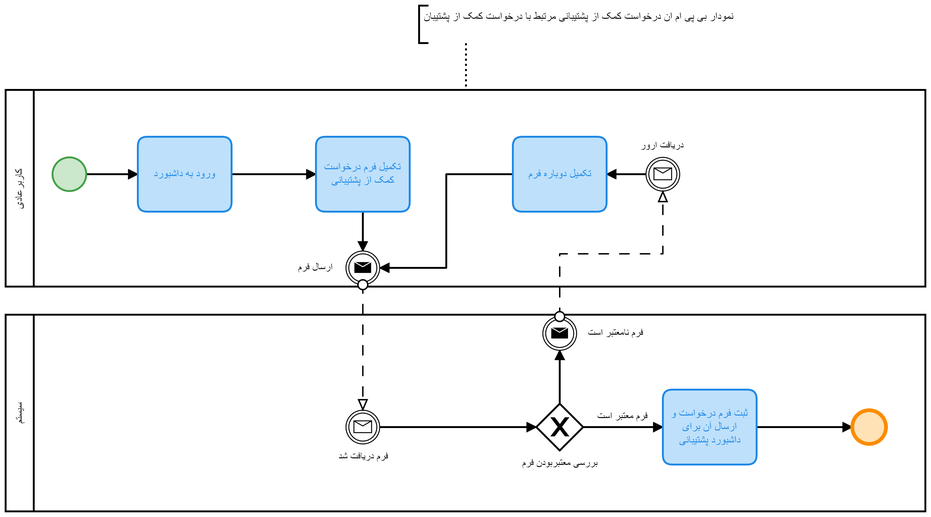
Before: Diagrams/Activity Diagram & bpmn diagram/bpmn/PDF-version/help-support.png, a diagram exported from BPMN (hirezadehghani/website-builder). Its source is kept beside it as Diagrams/Activity Diagram & bpmn diagram/bpmn/help-support.bpmn. Ids are renumbered.
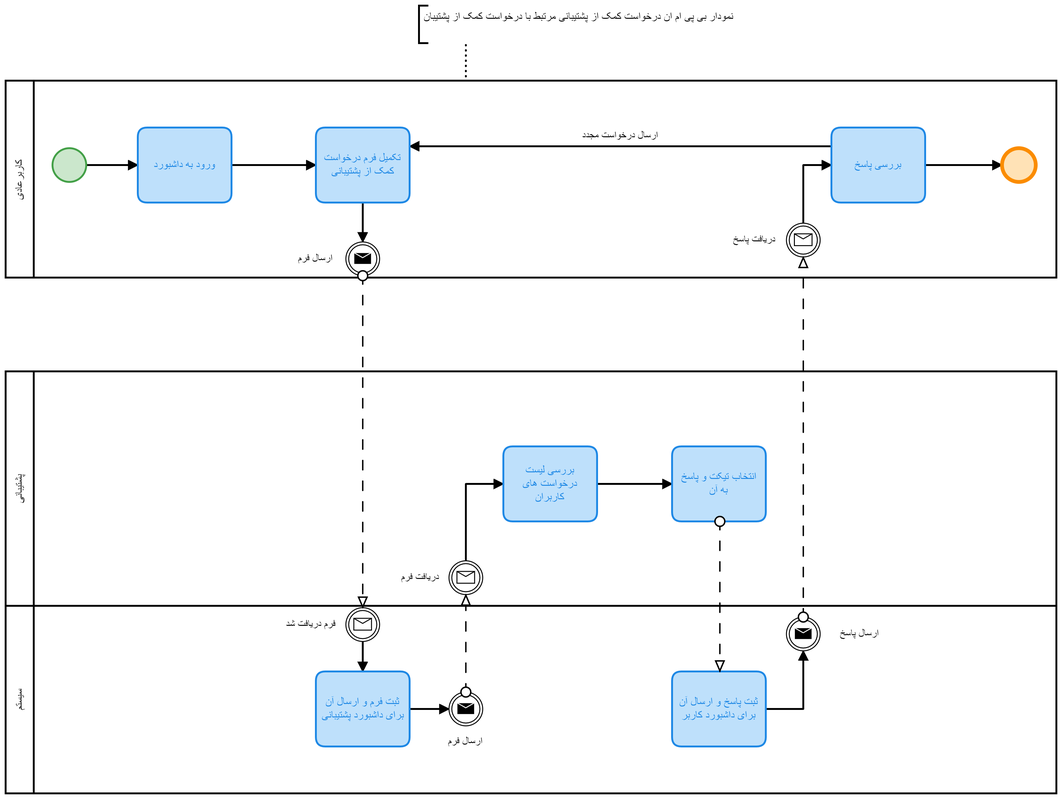
After the change.

Change to the diagram source:
```diff
@@ -2,8 +2,11 @@
   <bpmn:collaboration id="Collaboration_n2">
     <bpmn:participant id="Participant_n3" name="کاربرعادی" processRef="Process_n4" />
     <bpmn:participant id="Participant_n5" name="سیستم" processRef="Process_n6" />
-    <bpmn:messageFlow id="Flow_n7" sourceRef="Event_n8" targetRef="Event_n9" />
+    <bpmn:participant id="Participant_n34" name="پشتیبانی" processRef="Process_n35" />
     <bpmn:messageFlow id="Flow_n10" sourceRef="Event_n11" targetRef="Event_n12" />
+    <bpmn:messageFlow id="Flow_n36" sourceRef="Activity_n37" targetRef="Activity_n33" />
+    <bpmn:messageFlow id="Flow_n38" sourceRef="Event_n8" targetRef="Event_n39" />
+    <bpmn:messageFlow id="Flow_n40" sourceRef="Event_n41" targetRef="Event_n42" />
     <bpmn:textAnnotation id="TextAnnotation_n13">
       <bpmn:text>نمودار بی پی ام ان درخواست کمک از پشتیبانی مرتبط با درخواست کمک از پشتیبان</bpmn:text>
     </bpmn:textAnnotation>
@@ -19,58 +22,96 @@
     </bpmn:task>
     <bpmn:task id="Activity_n18" name="تکمیل فرم درخواست کمک از پشتیبانی">
       <bpmn:incoming>Flow_n17</bpmn:incoming>
+      <bpmn:incoming>Flow_n43</bpmn:incoming>
       <bpmn:outgoing>Flow_n19</bpmn:outgoing>
-    </bpmn:task>
-    <bpmn:task id="Activity_n20" name="تکمیل دوباره فرم">
-      <bpmn:incoming>Flow_n21</bpmn:incoming>
-      <bpmn:outgoing>Flow_n22</bpmn:outgoing>
     </bpmn:task>
     <bpmn:sequenceFlow id="Flow_n15" sourceRef="StartEvent_1" targetRef="Activity_n16" />
     <bpmn:sequenceFlow id="Flow_n17" sourceRef="Activity_n16" targetRef="Activity_n18" />
     <bpmn:intermediateThrowEvent id="Event_n11" name="ارسال فرم">
       <bpmn:incoming>Flow_n19</bpmn:incoming>
-      <bpmn:incoming>Flow_n22</bpmn:incoming>
       <bpmn:messageEventDefinition id="MessageEventDefinition_n23" />
     </bpmn:intermediateThrowEvent>
     <bpmn:sequenceFlow id="Flow_n19" sourceRef="Activity_n18" targetRef="Event_n11" />
-    <bpmn:sequenceFlow id="Flow_n22" sourceRef="Activity_n20" targetRef="Event_n11" />
-    <bpmn:intermediateCatchEvent id="Event_n9" name="دریافت ارور">
-      <bpmn:outgoing>Flow_n21</bpmn:outgoing>
-      <bpmn:messageEventDefinition id="MessageEventDefinition_n24" />
+    <bpmn:intermediateCatchEvent id="Event_n39" name="دریافت پاسخ">
+      <bpmn:outgoing>Flow_n44</bpmn:outgoing>
+      <bpmn:messageEventDefinition id="MessageEventDefinition_n45" />
     </bpmn:intermediateCatchEvent>
-    <bpmn:sequenceFlow id="Flow_n21" sourceRef="Event_n9" targetRef="Activity_n20" />
+    <bpmn:sequenceFlow id="Flow_n44" sourceRef="Event_n39" targetRef="Activity_n46" />
+    <bpmn:task id="Activity_n46" name="بررسی پاسخ">
+      <bpmn:incoming>Flow_n44</bpmn:incoming>
+      <bpmn:outgoing>Flow_n47</bpmn:outgoing>
+      <bpmn:outgoing>Flow_n43</bpmn:outgoing>
+    </bpmn:task>
+    <bpmn:sequenceFlow id="Flow_n47" sourceRef="Activity_n46" targetRef="Event_n29" />
+    <bpmn:sequenceFlow id="Flow_n43" name="ارسال درخواست مجدد" sourceRef="Activity_n46" targetRef="Activity_n18" />
+    <bpmn:endEvent id="Event_n29">
+      <bpmn:incoming>Flow_n47</bpmn:incoming>
+    </bpmn:endEvent>
   </bpmn:process>
   <bpmn:process id="Process_n6" isExecutable="false">
-    <bpmn:exclusiveGateway id="Gateway_n25" name="بررسی معتبربودن فرم">
-      <bpmn:incoming>Flow_n26</bpmn:incoming>
-      <bpmn:outgoing>Flow_n27</bpmn:outgoing>
-      <bpmn:outgoing>Flow_n28</bpmn:outgoing>
-    </bpmn:exclusiveGateway>
-    <bpmn:endEvent id="Event_n29">
-      <bpmn:incoming>Flow_n30</bpmn:incoming>
-    </bpmn:endEvent>
+    <bpmn:sequenceFlow id="Flow_n48" sourceRef="Event_n12" targetRef="Activity_n49" />
     <bpmn:intermediateCatchEvent id="Event_n12" name="فرم دریافت شد">
-      <bpmn:outgoing>Flow_n26</bpmn:outgoing>
+      <bpmn:outgoing>Flow_n48</bpmn:outgoing>
       <bpmn:messageEventDefinition id="MessageEventDefinition_n31" />
     </bpmn:intermediateCatchEvent>
-    <bpmn:intermediateThrowEvent id="Event_n8" name="فرم نامعتبر است">
-      <bpmn:incoming>Flow_n27</bpmn:incoming>
+    <bpmn:intermediateThrowEvent id="Event_n8" name="ارسال پاسخ">
+      <bpmn:incoming>Flow_n50</bpmn:incoming>
       <bpmn:messageEventDefinition id="MessageEventDefinition_n32" />
     </bpmn:intermediateThrowEvent>
-    <bpmn:sequenceFlow id="Flow_n26" sourceRef="Event_n12" targetRef="Gateway_n25" />
-    <bpmn:sequenceFlow id="Flow_n27" sourceRef="Gateway_n25" targetRef="Event_n8" />
-    <bpmn:sequenceFlow id="Flow_n30" sourceRef="Activity_n33" targetRef="Event_n29" />
-    <bpmn:sequenceFlow id="Flow_n28" name="فرم معتبر است" sourceRef="Gateway_n25" targetRef="Activity_n33" />
-    <bpmn:task id="Activity_n33" name="ثبت فرم درخواست و ارسال آن برای داشبورد پشتیبانی">
-      <bpmn:incoming>Flow_n28</bpmn:incoming>
-      <bpmn:outgoing>Flow_n30</bpmn:outgoing>
+    <bpmn:sequenceFlow id="Flow_n50" sourceRef="Activity_n33" targetRef="Event_n8" />
+    <bpmn:task id="Activity_n49" name="ثبت فرم و ارسال آن برای داشبورد پشتیبانی">
+      <bpmn:incoming>Flow_n48</bpmn:incoming>
+      <bpmn:outgoing>Flow_n51</bpmn:outgoing>
     </bpmn:task>
+    <bpmn:sequenceFlow id="Flow_n51" sourceRef="Activity_n49" targetRef="Event_n41" />
+    <bpmn:task id="Activity_n33" name="ثبت پاسخ و ارسال آن برای داشبورد کاربر">
+      <bpmn:outgoing>Flow_n50</bpmn:outgoing>
+    </bpmn:task>
+    <bpmn:intermediateThrowEvent id="Event_n41" name="ارسال فرم">
+      <bpmn:incoming>Flow_n51</bpmn:incoming>
+      <bpmn:messageEventDefinition id="MessageEventDefinition_n52" />
+    </bpmn:intermediateThrowEvent>
+  </bpmn:process>
+  <bpmn:process id="Process_n35" isExecutable="false">
+    <bpmn:sequenceFlow id="Flow_n53" sourceRef="Activity_n54" targetRef="Activity_n37" />
+    <bpmn:intermediateCatchEvent id="Event_n42" name="دریافت فرم">
+      <bpmn:outgoing>Flow_n55</bpmn:outgoing>
+      <bpmn:messageEventDefinition id="MessageEventDefinition_n56" />
+    </bpmn:intermediateCatchEvent>
+    <bpmn:task id="Activity_n37" name="انتخاب تیکت و پاسخ به آن">
+      <bpmn:incoming>Flow_n53</bpmn:incoming>
+    </bpmn:task>
+    <bpmn:task id="Activity_n54" name="بررسی لیست درخواست های کاربران">
+      <bpmn:incoming>Flow_n55</bpmn:incoming>
+      <bpmn:outgoing>Flow_n53</bpmn:outgoing>
+    </bpmn:task>
+    <bpmn:sequenceFlow id="Flow_n55" sourceRef="Event_n42" targetRef="Activity_n54" />
   </bpmn:process>
   <bpmndi:BPMNDiagram id="BPMNDiagram_1">
     <bpmndi:BPMNPlane id="BPMNPlane_1" bpmnElement="Collaboration_n2">
       <bpmndi:BPMNShape id="Participant_n3_di" bpmnElement="Participant_n3" isHorizontal="true">
-        <dc:Bounds x="129" y="170" width="981" height="210" />
+        <dc:Bounds x="129" y="170" width="1121" height="210" />
       </bpmndi:BPMNShape>
+      <bpmndi:BPMNEdge id="Flow_n43_di" bpmnElement="Flow_n43">
+        <di:waypoint x="1010" y="240" />
+        <di:waypoint x="560" y="240" />
+        <bpmndi:BPMNLabel>
+          <dc:Bounds x="744" y="222" width="82" height="14" />
+        </bpmndi:BPMNLabel>
+      </bpmndi:BPMNEdge>
+      <bpmndi:BPMNEdge id="Flow_n47_di" bpmnElement="Flow_n47">
+        <di:waypoint x="1110" y="260" />
+        <di:waypoint x="1192" y="260" />
+      </bpmndi:BPMNEdge>
+      <bpmndi:BPMNEdge id="Flow_n44_di" bpmnElement="Flow_n44">
+        <di:waypoint x="980" y="322" />
+        <di:waypoint x="980" y="260" />
+        <di:waypoint x="1010" y="260" />
+      </bpmndi:BPMNEdge>
+      <bpmndi:BPMNEdge id="Flow_n19_di" bpmnElement="Flow_n19">
+        <di:waypoint x="510" y="300" />
+        <di:waypoint x="510" y="342" />
+      </bpmndi:BPMNEdge>
       <bpmndi:BPMNEdge id="Flow_n17_di" bpmnElement="Flow_n17">
         <di:waypoint x="370" y="260" />
         <di:waypoint x="460" y="260" />
@@ -78,20 +119,6 @@
       <bpmndi:BPMNEdge id="Flow_n15_di" bpmnElement="Flow_n15">
         <di:waypoint x="215" y="260" />
         <di:waypoint x="270" y="260" />
-      </bpmndi:BPMNEdge>
-      <bpmndi:BPMNEdge id="Flow_n19_di" bpmnElement="Flow_n19">
-        <di:waypoint x="510" y="300" />
-        <di:waypoint x="510" y="342" />
-      </bpmndi:BPMNEdge>
-      <bpmndi:BPMNEdge id="Flow_n22_di" bpmnElement="Flow_n22">
-        <di:waypoint x="670" y="260" />
-        <di:waypoint x="599" y="260" />
-        <di:waypoint x="599" y="360" />
-        <di:waypoint x="528" y="360" />
-      </bpmndi:BPMNEdge>
-      <bpmndi:BPMNEdge id="Flow_n21_di" bpmnElement="Flow_n21">
-        <di:waypoint x="812" y="260" />
-        <di:waypoint x="770" y="260" />
       </bpmndi:BPMNEdge>
       <bpmndi:BPMNShape id="_BPMNShape_StartEvent_2" bpmnElement="StartEvent_1" bioc:stroke="#43a047" bioc:fill="#c8e6c9" color:background-color="#c8e6c9" color:border-color="#43a047">
         <dc:Bounds x="179" y="242" width="36" height="36" />
@@ -102,86 +129,110 @@
       <bpmndi:BPMNShape id="Activity_n18_di" bpmnElement="Activity_n18" bioc:stroke="#1e88e5" bioc:fill="#bbdefb" color:background-color="#bbdefb" color:border-color="#1e88e5">
         <dc:Bounds x="460" y="220" width="100" height="80" />
       </bpmndi:BPMNShape>
-      <bpmndi:BPMNShape id="Activity_n20_di" bpmnElement="Activity_n20" bioc:stroke="#1e88e5" bioc:fill="#bbdefb" color:background-color="#bbdefb" color:border-color="#1e88e5">
-        <dc:Bounds x="670" y="220" width="100" height="80" />
-      </bpmndi:BPMNShape>
       <bpmndi:BPMNShape id="Event_1vfkq3m_di" bpmnElement="Event_n11">
         <dc:Bounds x="492" y="342" width="36" height="36" />
         <bpmndi:BPMNLabel>
           <dc:Bounds x="441" y="353" width="37" height="14" />
         </bpmndi:BPMNLabel>
       </bpmndi:BPMNShape>
-      <bpmndi:BPMNShape id="Event_12oudsd_di" bpmnElement="Event_n9">
-        <dc:Bounds x="812" y="242" width="36" height="36" />
+      <bpmndi:BPMNShape id="Event_0s68k17_di" bpmnElement="Event_n39">
+        <dc:Bounds x="962" y="322" width="36" height="36" />
         <bpmndi:BPMNLabel>
-          <dc:Bounds x="806" y="223" width="48" height="14" />
+          <dc:Bounds x="904.5" y="333" width="47" height="14" />
         </bpmndi:BPMNLabel>
       </bpmndi:BPMNShape>
-      <bpmndi:BPMNShape id="Participant_n5_di" bpmnElement="Participant_n5" isHorizontal="true">
-        <dc:Bounds x="129" y="410" width="981" height="210" />
-      </bpmndi:BPMNShape>
-      <bpmndi:BPMNEdge id="Flow_n28_di" bpmnElement="Flow_n28">
-        <di:waypoint x="745" y="530" />
-        <di:waypoint x="830" y="530" />
-        <bpmndi:BPMNLabel>
-          <dc:Bounds x="760" y="512" width="55" height="14" />
-        </bpmndi:BPMNLabel>
-      </bpmndi:BPMNEdge>
-      <bpmndi:BPMNEdge id="Flow_n30_di" bpmnElement="Flow_n30">
-        <di:waypoint x="930" y="530" />
-        <di:waypoint x="1032" y="530" />
-      </bpmndi:BPMNEdge>
-      <bpmndi:BPMNEdge id="Flow_n27_di" bpmnElement="Flow_n27">
-        <di:waypoint x="720" y="505" />
-        <di:waypoint x="720" y="448" />
-        <bpmndi:BPMNLabel>
-          <dc:Bounds x="705" y="376" width="60" height="14" />
-        </bpmndi:BPMNLabel>
-      </bpmndi:BPMNEdge>
-      <bpmndi:BPMNEdge id="Flow_n26_di" bpmnElement="Flow_n26">
-        <di:waypoint x="528" y="530" />
-        <di:waypoint x="695" y="530" />
-      </bpmndi:BPMNEdge>
-      <bpmndi:BPMNShape id="Gateway_n25_di" bpmnElement="Gateway_n25" isMarkerVisible="true">
-        <dc:Bounds x="695" y="505" width="50" height="50" />
-        <bpmndi:BPMNLabel>
-          <dc:Bounds x="680" y="562" width="80" height="14" />
-        </bpmndi:BPMNLabel>
+      <bpmndi:BPMNShape id="Activity_n46_di" bpmnElement="Activity_n46" bioc:stroke="#1e88e5" bioc:fill="#bbdefb" color:background-color="#bbdefb" color:border-color="#1e88e5">
+        <dc:Bounds x="1010" y="220" width="100" height="80" />
       </bpmndi:BPMNShape>
       <bpmndi:BPMNShape id="Event_n29_di" bpmnElement="Event_n29" bioc:stroke="#fb8c00" bioc:fill="#ffe0b2" color:background-color="#ffe0b2" color:border-color="#fb8c00">
-        <dc:Bounds x="1032" y="512" width="36" height="36" />
+        <dc:Bounds x="1192" y="242" width="36" height="36" />
       </bpmndi:BPMNShape>
+      <bpmndi:BPMNShape id="Participant_n5_di" bpmnElement="Participant_n5" isHorizontal="true">
+        <dc:Bounds x="129" y="730" width="1121" height="200" />
+      </bpmndi:BPMNShape>
+      <bpmndi:BPMNEdge id="Flow_n51_di" bpmnElement="Flow_n51">
+        <di:waypoint x="560" y="840" />
+        <di:waypoint x="602" y="840" />
+      </bpmndi:BPMNEdge>
+      <bpmndi:BPMNEdge id="Flow_n50_di" bpmnElement="Flow_n50">
+        <di:waypoint x="940" y="840" />
+        <di:waypoint x="980" y="840" />
+        <di:waypoint x="980" y="778" />
+      </bpmndi:BPMNEdge>
+      <bpmndi:BPMNEdge id="Flow_n48_di" bpmnElement="Flow_n48">
+        <di:waypoint x="510" y="768" />
+        <di:waypoint x="510" y="800" />
+      </bpmndi:BPMNEdge>
       <bpmndi:BPMNShape id="Event_0e7344c_di" bpmnElement="Event_n12">
-        <dc:Bounds x="492" y="512" width="36" height="36" />
+        <dc:Bounds x="492" y="732" width="36" height="36" />
         <bpmndi:BPMNLabel>
-          <dc:Bounds x="484" y="555" width="54" height="14" />
+          <dc:Bounds x="428" y="743" width="54" height="14" />
         </bpmndi:BPMNLabel>
       </bpmndi:BPMNShape>
       <bpmndi:BPMNShape id="Event_08imrei_di" bpmnElement="Event_n8">
-        <dc:Bounds x="702" y="412" width="36" height="36" />
+        <dc:Bounds x="962" y="742" width="36" height="36" />
         <bpmndi:BPMNLabel>
-          <dc:Bounds x="750" y="423" width="60" height="14" />
+          <dc:Bounds x="1019" y="753" width="43" height="14" />
         </bpmndi:BPMNLabel>
       </bpmndi:BPMNShape>
+      <bpmndi:BPMNShape id="Activity_n49_di" bpmnElement="Activity_n49" bioc:stroke="#1e88e5" bioc:fill="#bbdefb" color:background-color="#bbdefb" color:border-color="#1e88e5">
+        <dc:Bounds x="460" y="800" width="100" height="80" />
+      </bpmndi:BPMNShape>
       <bpmndi:BPMNShape id="Activity_n33_di" bpmnElement="Activity_n33" bioc:stroke="#1e88e5" bioc:fill="#bbdefb" color:background-color="#bbdefb" color:border-color="#1e88e5">
-        <dc:Bounds x="830" y="490" width="100" height="80" />
+        <dc:Bounds x="840" y="800" width="100" height="80" />
+      </bpmndi:BPMNShape>
+      <bpmndi:BPMNShape id="Event_1xctm1n_di" bpmnElement="Event_n41">
+        <dc:Bounds x="602" y="822" width="36" height="36" />
+        <bpmndi:BPMNLabel>
+          <dc:Bounds x="601" y="868" width="37" height="14" />
+        </bpmndi:BPMNLabel>
+      </bpmndi:BPMNShape>
+      <bpmndi:BPMNShape id="Participant_n34_di" bpmnElement="Participant_n34" isHorizontal="true">
+        <dc:Bounds x="129" y="480" width="1121" height="250" />
+      </bpmndi:BPMNShape>
+      <bpmndi:BPMNEdge id="Flow_n55_di" bpmnElement="Flow_n55">
+        <di:waypoint x="620" y="682" />
+        <di:waypoint x="620" y="600" />
+        <di:waypoint x="660" y="600" />
+      </bpmndi:BPMNEdge>
+      <bpmndi:BPMNEdge id="Flow_n53_di" bpmnElement="Flow_n53">
+        <di:waypoint x="760" y="600" />
+        <di:waypoint x="840" y="600" />
+      </bpmndi:BPMNEdge>
+      <bpmndi:BPMNShape id="Event_1y3pboj_di" bpmnElement="Event_n42">
+        <dc:Bounds x="602" y="682" width="36" height="36" />
+        <bpmndi:BPMNLabel>
+          <dc:Bounds x="550.5" y="693" width="41" height="14" />
+        </bpmndi:BPMNLabel>
+      </bpmndi:BPMNShape>
+      <bpmndi:BPMNShape id="Activity_n37_di" bpmnElement="Activity_n37" bioc:stroke="#1e88e5" bioc:fill="#bbdefb" color:background-color="#bbdefb" color:border-color="#1e88e5">
+        <dc:Bounds x="840" y="560" width="100" height="80" />
+      </bpmndi:BPMNShape>
+      <bpmndi:BPMNShape id="Activity_n54_di" bpmnElement="Activity_n54" bioc:stroke="#1e88e5" bioc:fill="#bbdefb" color:background-color="#bbdefb" color:border-color="#1e88e5">
+        <dc:Bounds x="660" y="560" width="100" height="80" />
       </bpmndi:BPMNShape>
       <bpmndi:BPMNShape id="TextAnnotation_n13_di" bpmnElement="TextAnnotation_n13">
-        <dc:Bounds x="570" y="80" width="430" height="40" />
+        <dc:Bounds x="570" y="90" width="430" height="40" />
       </bpmndi:BPMNShape>
       <bpmndi:BPMNEdge id="Association_n14_di" bpmnElement="Association_n14">
         <di:waypoint x="620" y="170" />
-        <di:waypoint x="620" y="120" />
-      </bpmndi:BPMNEdge>
-      <bpmndi:BPMNEdge id="Flow_n7_di" bpmnElement="Flow_n7">
-        <di:waypoint x="720" y="412" />
-        <di:waypoint x="720" y="345" />
-        <di:waypoint x="830" y="345" />
-        <di:waypoint x="830" y="278" />
+        <di:waypoint x="620" y="130" />
       </bpmndi:BPMNEdge>
       <bpmndi:BPMNEdge id="Flow_n10_di" bpmnElement="Flow_n10">
         <di:waypoint x="510" y="378" />
-        <di:waypoint x="510" y="512" />
+        <di:waypoint x="510" y="732" />
+      </bpmndi:BPMNEdge>
+      <bpmndi:BPMNEdge id="Flow_n36_di" bpmnElement="Flow_n36">
+        <di:waypoint x="891" y="640" />
+        <di:waypoint x="891" y="800" />
+      </bpmndi:BPMNEdge>
+      <bpmndi:BPMNEdge id="Flow_n38_di" bpmnElement="Flow_n38">
+        <di:waypoint x="980" y="742" />
+        <di:waypoint x="980" y="358" />
+      </bpmndi:BPMNEdge>
+      <bpmndi:BPMNEdge id="Flow_n40_di" bpmnElement="Flow_n40">
+        <di:waypoint x="620" y="822" />
+        <di:waypoint x="620" y="718" />
       </bpmndi:BPMNEdge>
     </bpmndi:BPMNPlane>
   </bpmndi:BPMNDiagram>
```
